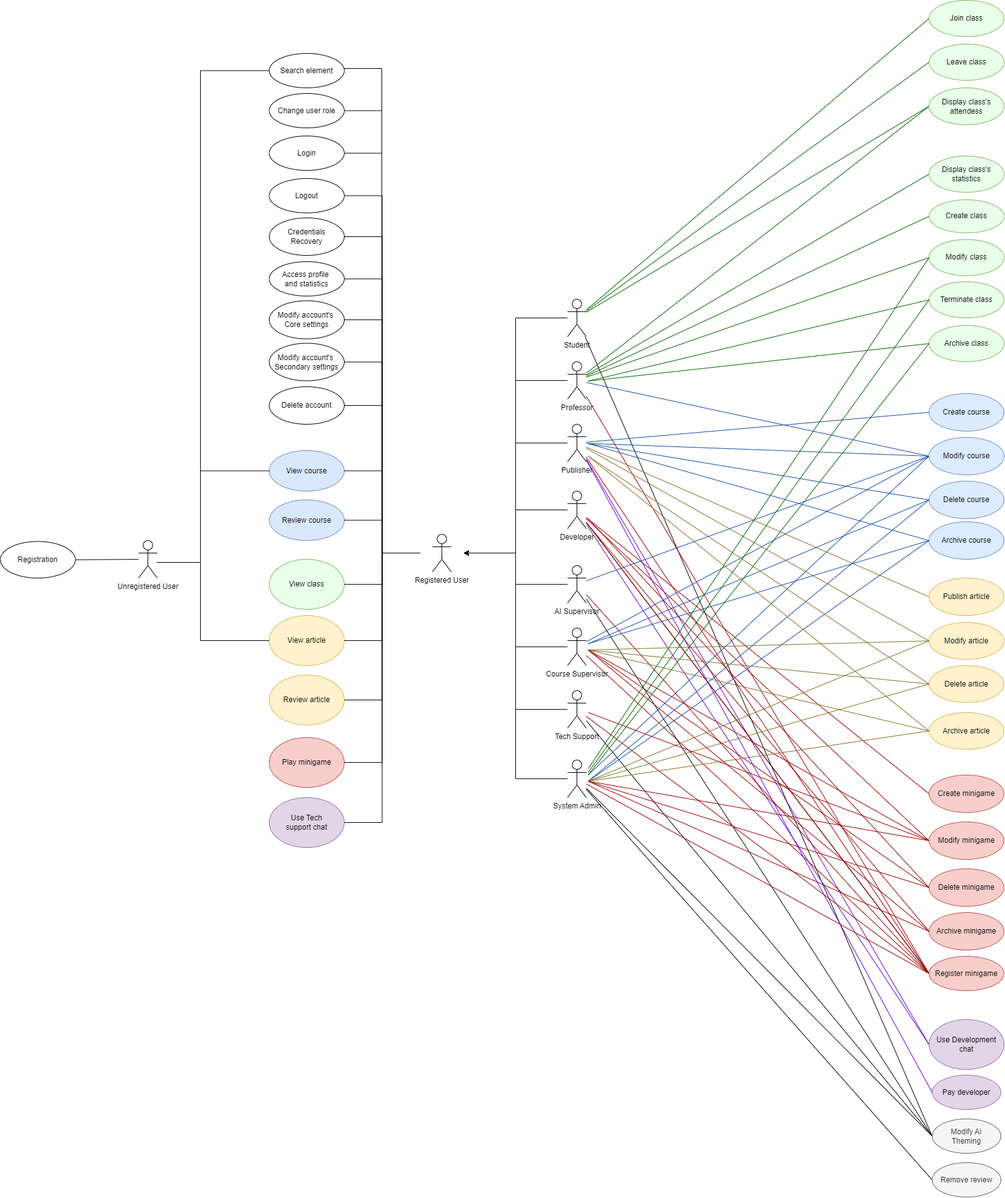
The draw.io diagram deliverables/D1/images/usecase-diagram.png in anhtuduong/RadiantIQ-test, before a commit. Source tidied: cells renumbered, new cells last; positions are measured from the earlier drawing's top-left corner, leaving out a move shared by most shapes.
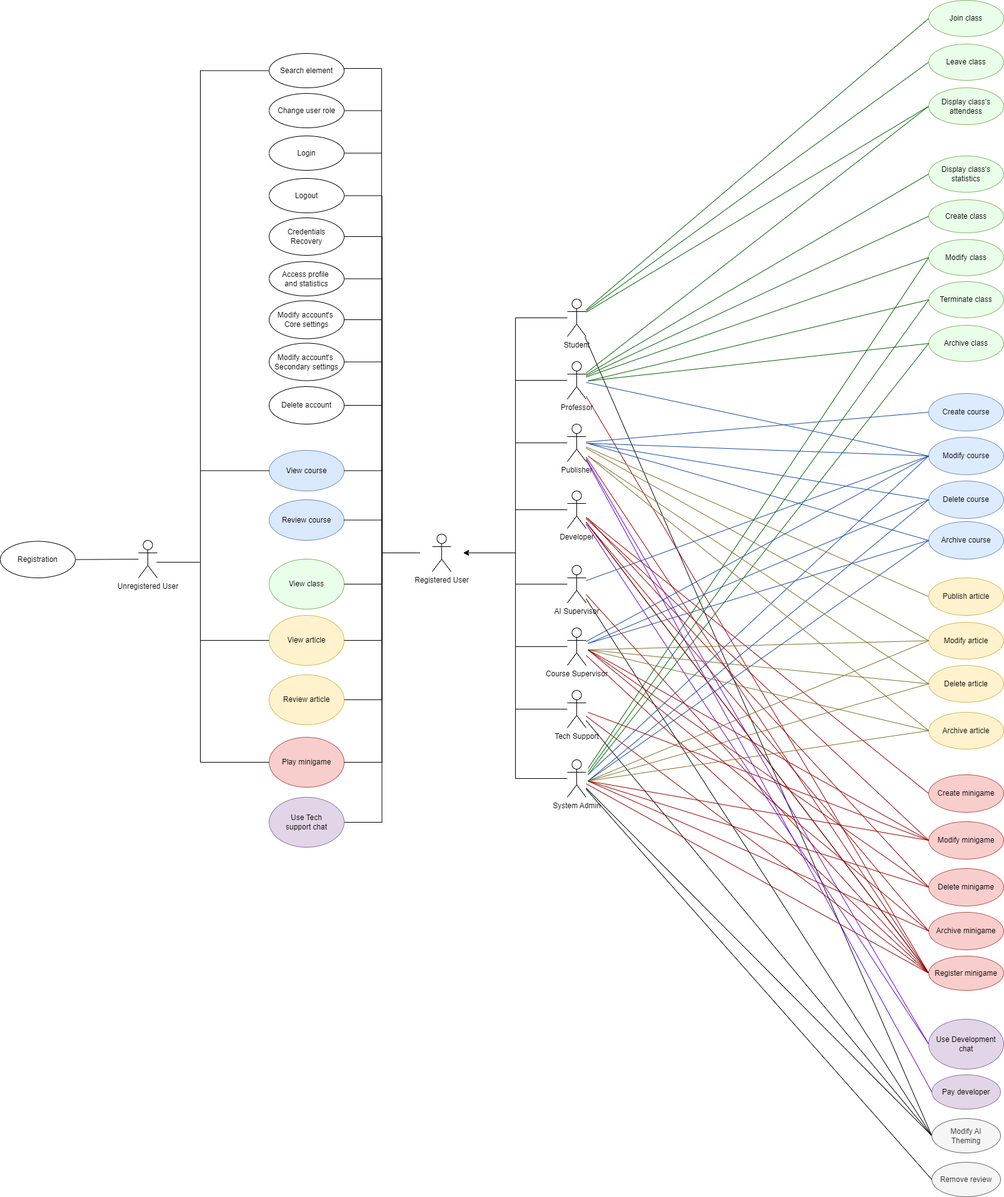
After the change.

Commit message:
docs: image fix for the addition of play minigame UC

What changed in the source:
```diff
@@ -523,5 +523,14 @@
     <mxCell id="144" style="rounded=0;jettySize=auto;html=1;entryX=0;entryY=0.5;entryDx=0;entryDy=0;endArrow=none;endFill=0;" parent="1" edge="1" source="50" target="143">
       <mxGeometry relative="1" as="geometry" />
     </mxCell>
+    <mxCell id="145" style="rounded=0;jettySize=auto;html=1;endArrow=none;endFill=0;exitX=0;exitY=0.5;exitDx=0;exitDy=0;edgeStyle=orthogonalEdgeStyle;" parent="1" edge="1" source="77">
+      <mxGeometry relative="1" as="geometry">
+        <mxPoint x="251" y="899" as="targetPoint" />
+        <Array as="points">
+          <mxPoint x="320" y="1219" />
+          <mxPoint x="320" y="899" />
+        </Array>
+      </mxGeometry>
+    </mxCell>
   </root>
 </mxGraphModel>
```
